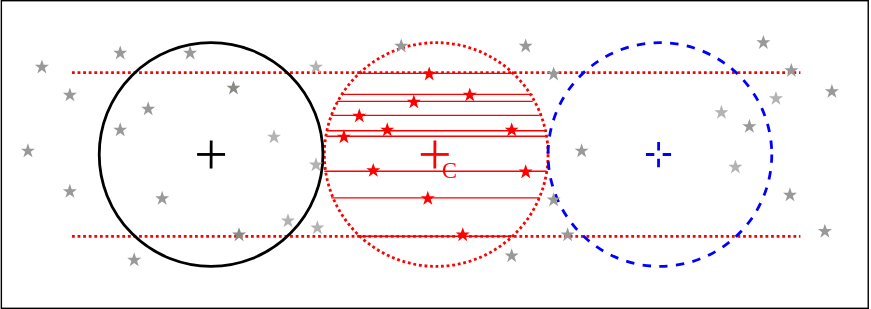
The draw.io diagram docs/diagrams/vlass_4b.svg in COSMIC-SETI/cosmic-vla-automator, before a commit. Source tidied: cells renumbered, new cells last; positions are measured from the earlier drawing's top-left corner, leaving out a move shared by most shapes.
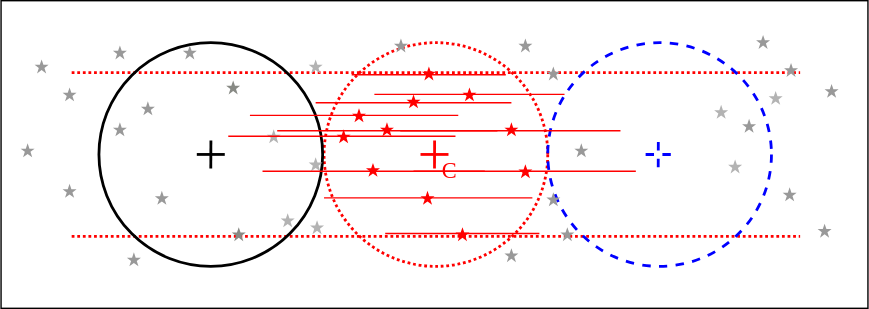
Above is the later version.

Change to the diagram source:
```diff
@@ -192,31 +192,37 @@
       <mxGeometry x="530" y="84.5" width="10" height="10" as="geometry" />
     </mxCell>
     <mxCell id="59" style="line;strokeWidth=1;html=1;strokeColor=#FF0000;fillColor=#FF0000;" parent="1" vertex="1">
-      <mxGeometry x="236" y="77" width="149" height="10" as="geometry" />
+      <mxGeometry x="178" y="77" width="149" height="10" as="geometry" />
     </mxCell>
     <mxCell id="60" style="line;strokeWidth=1;html=1;strokeColor=#FF0000;fillColor=#FF0000;" parent="1" vertex="1">
-      <mxGeometry x="232.5" y="88" width="157.5" height="10" as="geometry" />
+      <mxGeometry x="197.5" y="88" width="157.5" height="10" as="geometry" />
     </mxCell>
     <mxCell id="61" style="line;strokeWidth=1;html=1;strokeColor=#FF0000;fillColor=#FF0000;" parent="1" vertex="1">
-      <mxGeometry x="232.5" y="92" width="157.5" height="10" as="geometry" />
+      <mxGeometry x="162.5" y="92" width="162.5" height="10" as="geometry" />
     </mxCell>
     <mxCell id="62" style="line;strokeWidth=1;html=1;strokeColor=#FF0000;fillColor=#FF0000;" parent="1" vertex="1">
-      <mxGeometry x="231" y="117" width="159" height="10" as="geometry" />
+      <mxGeometry x="187" y="117" width="159" height="10" as="geometry" />
     </mxCell>
     <mxCell id="63" style="line;strokeWidth=1;html=1;strokeColor=#FF0000;fillColor=#FF0000;" parent="1" vertex="1">
-      <mxGeometry x="236" y="136" width="149" height="10" as="geometry" />
+      <mxGeometry x="231" y="136" width="149" height="10" as="geometry" />
     </mxCell>
     <mxCell id="64" style="line;strokeWidth=1;html=1;strokeColor=#FF0000;fillColor=#FF0000;" parent="1" vertex="1">
-      <mxGeometry x="240" y="67" width="140" height="10" as="geometry" />
+      <mxGeometry x="225" y="68" width="140" height="10" as="geometry" />
     </mxCell>
     <mxCell id="65" style="line;strokeWidth=1;html=1;strokeColor=#FF0000;fillColor=#FF0000;" parent="1" vertex="1">
-      <mxGeometry x="254.8" y="47" width="110.2" height="10" as="geometry" />
+      <mxGeometry x="250.8" y="48" width="110.2" height="10" as="geometry" />
     </mxCell>
     <mxCell id="66" style="line;strokeWidth=1;html=1;strokeColor=#FF0000;fillColor=#FF0000;" parent="1" vertex="1">
-      <mxGeometry x="244" y="62" width="136" height="10" as="geometry" />
+      <mxGeometry x="267" y="62" width="136" height="10" as="geometry" />
     </mxCell>
     <mxCell id="67" style="line;strokeWidth=1;html=1;strokeColor=#FF0000;fillColor=#FF0000;" parent="1" vertex="1">
-      <mxGeometry x="254.8" y="163.5" width="110.2" height="10" as="geometry" />
+      <mxGeometry x="274.8" y="161.5" width="110.2" height="10" as="geometry" />
     </mxCell>
+    <mxCell id="68" style="line;strokeWidth=1;html=1;strokeColor=#FF0000;fillColor=#FF0000;" parent="1" vertex="1">
+      <mxGeometry x="285.5" y="88" width="157.5" height="10" as="geometry" />
+    </mxCell>
+    <mxCell id="69" style="line;strokeWidth=1;html=1;strokeColor=#FF0000;fillColor=#FF0000;" parent="1" vertex="1">
+      <mxGeometry x="295" y="117" width="159" height="10" as="geometry" />
+    </mxCell>
   </root>
 </mxGraphModel>
```
